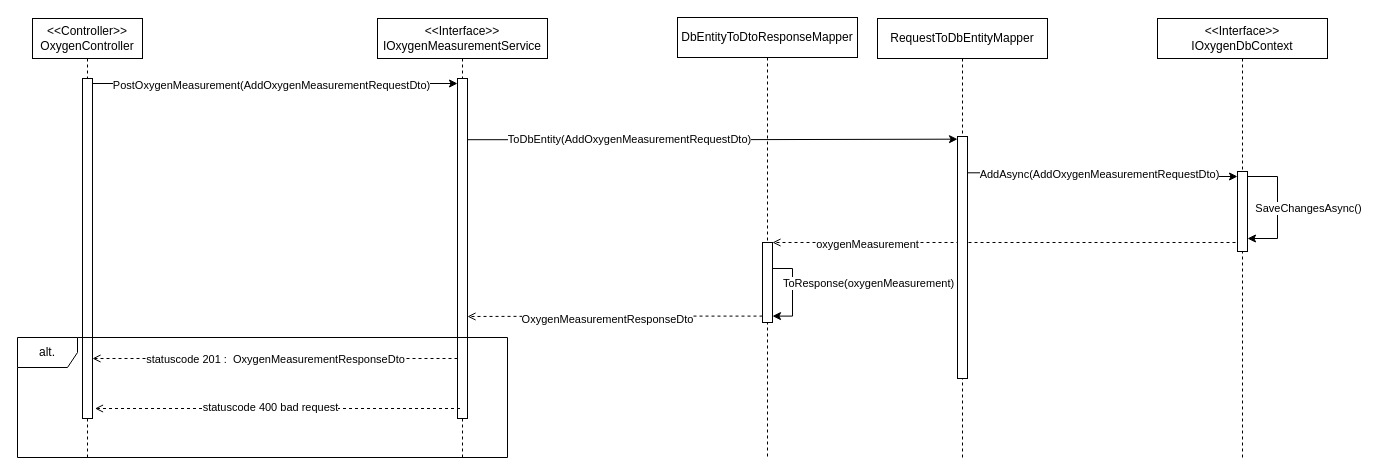
Earlier version of the draw.io diagram Diagrams/Sequence diagrams/create new measurement/Sequence diagram create_new_measurement.drawio (H6SvendreProeve/Documentation). Source tidied: cells renumbered, new cells numbered last; positions are measured from the earlier drawing's top-left corner, leaving out a move shared by most shapes. Both pictures are drawn from the tidied source at 100%, with x=0, y=0 at pixel (17, 17).
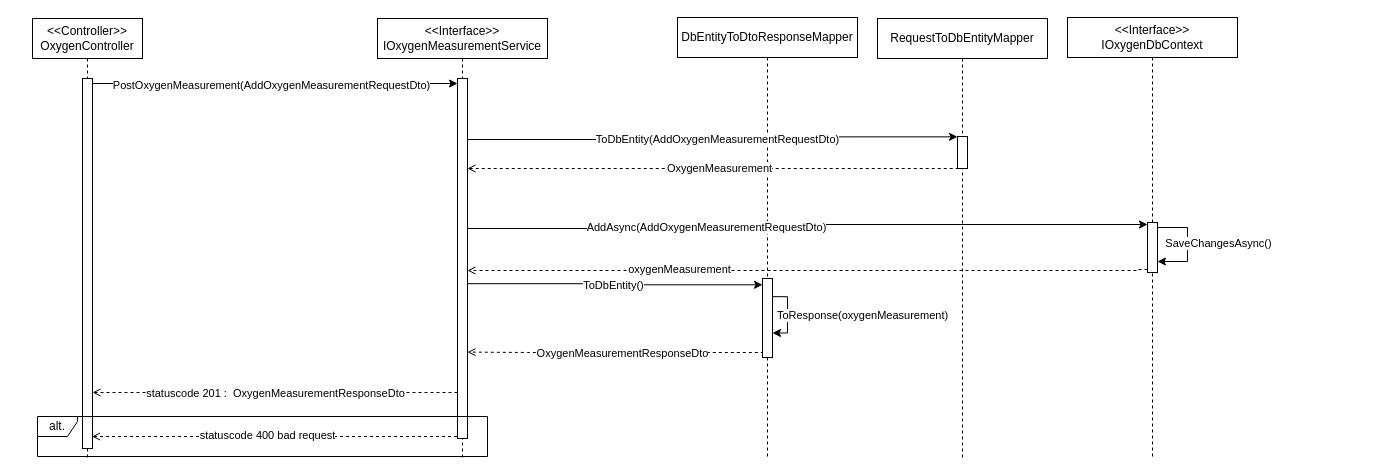
Above is the later version.

Commit message (it also covers changes not shown here):
oploading sd diagram

Unchanged cells that the change refers to:
```xml
<mxCell id="2" value="&amp;lt;&amp;lt;Controller&amp;gt;&amp;gt;&lt;br&gt;OxygenController" style="shape=umlLifeline;perimeter=lifelinePerimeter;whiteSpace=wrap;html=1;newEdgeStyle={&quot;edgeStyle&quot;:&quot;elbowEdgeStyle&quot;,&quot;elbow&quot;:&quot;vertical&quot;,&quot;curved&quot;:0,&quot;rounded&quot;:0};" parent="1" vertex="1">
  <mxGeometry x="15" y="1" width="110" height="440" as="geometry" />
</mxCell>
<mxCell id="4" value="&amp;lt;&amp;lt;Interface&amp;gt;&amp;gt;&lt;br&gt;IOxygenMeasurementService" style="shape=umlLifeline;perimeter=lifelinePerimeter;whiteSpace=wrap;html=1;newEdgeStyle={&quot;edgeStyle&quot;:&quot;elbowEdgeStyle&quot;,&quot;elbow&quot;:&quot;vertical&quot;,&quot;curved&quot;:0,&quot;rounded&quot;:0};" parent="1" vertex="1">
  <mxGeometry x="360" y="1" width="170" height="440" as="geometry" />
</mxCell>
<mxCell id="19" value="RequestToDbEntityMapper" style="shape=umlLifeline;perimeter=lifelinePerimeter;whiteSpace=wrap;html=1;newEdgeStyle={&quot;edgeStyle&quot;:&quot;elbowEdgeStyle&quot;,&quot;elbow&quot;:&quot;vertical&quot;,&quot;curved&quot;:0,&quot;rounded&quot;:0};" parent="1" vertex="1">
  <mxGeometry x="860" y="1" width="170" height="440" as="geometry" />
</mxCell>
<mxCell id="21" value="DbEntityToDtoResponseMapper" style="shape=umlLifeline;perimeter=lifelinePerimeter;whiteSpace=wrap;html=1;newEdgeStyle={&quot;edgeStyle&quot;:&quot;elbowEdgeStyle&quot;,&quot;elbow&quot;:&quot;vertical&quot;,&quot;curved&quot;:0,&quot;rounded&quot;:0};" parent="1" vertex="1">
  <mxGeometry x="660" width="180" height="440" as="geometry" />
</mxCell>
```

What changed in the source:
```diff
@@
     <mxCell id="3" style="html=1;perimeter=orthogonalPerimeter;outlineConnect=0;targetShapes=umlLifeline;portConstraint=eastwest;newEdgeStyle={&quot;curved&quot;:0,&quot;rounded&quot;:0};points=[[0,0,0,0,0],[0,0.25,0,0,0],[0,0.5,0,0,0],[0,0.75,0,0,0],[0,1,0,0,0],[0.25,0,0,0,0],[0.25,1,0,0,0],[0.5,0,0,0,0],[0.5,1,0,0,0],[0.75,0,0,0,0],[0.75,1,0,0,0],[1,0,0,0,0],[1,0.08,0,0,0],[1,0.15,0,0,0],[1,0.23,0,0,0],[1,0.25,0,0,0],[1,0.31,0,0,0],[1,0.38,0,0,0],[1,0.46,0,0,0],[1,0.5,0,0,0],[1,0.54,0,0,0],[1,0.62,0,0,0],[1,0.69,0,0,0],[1,0.75,0,0,0],[1,0.77,0,0,0],[1,0.85,0,0,0],[1,0.92,0,0,0],[1,1,0,0,0]];" parent="2" vertex="1">
-      <mxGeometry x="50" y="60" width="10" height="340" as="geometry" />
+      <mxGeometry x="50" y="60" width="10" height="370" as="geometry" />
     </mxCell>
@@
     <mxCell id="5" style="html=1;perimeter=orthogonalPerimeter;outlineConnect=0;targetShapes=umlLifeline;portConstraint=eastwest;newEdgeStyle={&quot;curved&quot;:0,&quot;rounded&quot;:0};points=[[0,0,0,0,0],[0,0.08,0,0,0],[0,0.15,0,0,0],[0,0.23,0,0,0],[0,0.25,0,0,0],[0,0.31,0,0,0],[0,0.38,0,0,0],[0,0.46,0,0,0],[0,0.5,0,0,0],[0,0.54,0,0,0],[0,0.62,0,0,0],[0,0.69,0,0,0],[0,0.75,0,0,0],[0,0.77,0,0,0],[0,0.85,0,0,0],[0,0.92,0,0,0],[0,1,0,0,0],[0.25,0,0,0,0],[0.25,1,0,0,0],[0.5,0,0,0,0],[0.5,1,0,0,0],[0.75,0,0,0,0],[0.75,1,0,0,0],[1,0,0,0,0],[1,0.01,0,0,0],[1,0.02,0,0,0],[1,0.03,0,0,0],[1,0.04,0,0,0],[1,0.05,0,0,0],[1,0.06,0,0,0],[1,0.07,0,0,0],[1,0.08,0,0,0],[1,0.09,0,0,0],[1,0.1,0,0,0],[1,0.11,0,0,0],[1,0.12,0,0,0],[1,0.13,0,0,0],[1,0.14,0,0,0],[1,0.15,0,0,0],[1,0.16,0,0,0],[1,0.17,0,0,0],[1,0.18,0,0,0],[1,0.19,0,0,0],[1,0.2,0,0,0],[1,0.21,0,0,0],[1,0.22,0,0,0],[1,0.23,0,0,0],[1,0.24,0,0,0],[1,0.25,0,0,0],[1,0.26,0,0,0],[1,0.27,0,0,0],[1,0.28,0,0,0],[1,0.29,0,0,0],[1,0.3,0,0,0],[1,0.31,0,0,0],[1,0.32,0,0,0],[1,0.33,0,0,0],[1,0.34,0,0,0],[1,0.35,0,0,0],[1,0.36,0,0,0],[1,0.37,0,0,0],[1,0.38,0,0,0],[1,0.39,0,0,0],[1,0.4,0,0,0],[1,0.41,0,0,0],[1,0.42,0,0,0],[1,0.43,0,0,0],[1,0.44,0,0,0],[1,0.45,0,0,0],[1,0.46,0,0,0],[1,0.47,0,0,0],[1,0.48,0,0,0],[1,0.49,0,0,0],[1,0.5,0,0,0],[1,0.51,0,0,0],[1,0.52,0,0,0],[1,0.53,0,0,0],[1,0.54,0,0,0],[1,0.55,0,0,0],[1,0.56,0,0,0],[1,0.57,0,0,0],[1,0.58,0,0,0],[1,0.59,0,0,0],[1,0.6,0,0,0],[1,0.61,0,0,0],[1,0.62,0,0,0],[1,0.63,0,0,0],[1,0.64,0,0,0],[1,0.65,0,0,0],[1,0.66,0,0,0],[1,0.67,0,0,0],[1,0.68,0,0,0],[1,0.69,0,0,0],[1,0.7,0,0,0],[1,0.71,0,0,0],[1,0.72,0,0,0],[1,0.73,0,0,0],[1,0.74,0,0,0],[1,0.75,0,0,0],[1,0.76,0,0,0],[1,0.77,0,0,0],[1,0.78,0,0,0],[1,0.79,0,0,0],[1,0.8,0,0,0],[1,0.81,0,0,0],[1,0.82,0,0,0],[1,0.83,0,0,0],[1,0.84,0,0,0],[1,0.85,0,0,0],[1,0.86,0,0,0],[1,0.87,0,0,0],[1,0.88,0,0,0],[1,0.89,0,0,0],[1,0.9,0,0,0],[1,0.91,0,0,0],[1,0.92,0,0,0],[1,0.93,0,0,0],[1,0.94,0,0,0],[1,0.95,0,0,0],[1,0.96,0,0,0],[1,0.97,0,0,0],[1,0.98,0,0,0],[1,0.99,0,0,0],[1,1,0,0,0]];" parent="4" vertex="1">
-      <mxGeometry x="80" y="60" width="10" height="340" as="geometry" />
+      <mxGeometry x="80" y="60" width="10" height="360" as="geometry" />
     </mxCell>
     <mxCell id="6" value="&amp;lt;&amp;lt;Interface&amp;gt;&amp;gt;&lt;br&gt;IOxygenDbContext" style="shape=umlLifeline;perimeter=lifelinePerimeter;whiteSpace=wrap;html=1;newEdgeStyle={&quot;edgeStyle&quot;:&quot;elbowEdgeStyle&quot;,&quot;elbow&quot;:&quot;vertical&quot;,&quot;curved&quot;:0,&quot;rounded&quot;:0};" parent="1" vertex="1">
-      <mxGeometry x="1140" y="1" width="170" height="440" as="geometry" />
+      <mxGeometry x="1050" width="170" height="440" as="geometry" />
     </mxCell>
-    <mxCell id="7" style="html=1;points=[[0,0,0,0,5],[0,1,0,0,-5],[1,0,0,0,5],[1,1,0,0,-5]];perimeter=orthogonalPerimeter;outlineConnect=0;targetShapes=umlLifeline;portConstraint=eastwest;newEdgeStyle={&quot;curved&quot;:0,&quot;rounded&quot;:0};" parent="6" vertex="1">
-      <mxGeometry x="80" y="153" width="10" height="80" as="geometry" />
+    <mxCell id="7" style="html=1;points=[[0,0,0,0,5],[0,0.02,0,0,0],[0,0.04,0,0,0],[0,0.06,0,0,0],[0,0.08,0,0,0],[0,0.1,0,0,0],[0,0.12,0,0,0],[0,0.14,0,0,0],[0,0.16,0,0,0],[0,0.18,0,0,0],[0,0.2,0,0,0],[0,0.22,0,0,0],[0,0.24,0,0,0],[0,0.25,0,0,0],[0,0.27,0,0,0],[0,0.29,0,0,0],[0,0.31,0,0,0],[0,0.33,0,0,0],[0,0.35,0,0,0],[0,0.37,0,0,0],[0,0.39,0,0,0],[0,0.41,0,0,0],[0,0.43,0,0,0],[0,0.45,0,0,0],[0,0.47,0,0,0],[0,0.49,0,0,0],[0,0.51,0,0,0],[0,0.53,0,0,0],[0,0.55,0,0,0],[0,0.57,0,0,0],[0,0.59,0,0,0],[0,0.61,0,0,0],[0,0.63,0,0,0],[0,0.65,0,0,0],[0,0.67,0,0,0],[0,0.69,0,0,0],[0,0.71,0,0,0],[0,0.73,0,0,0],[0,0.75,0,0,0],[0,0.76,0,0,0],[0,0.78,0,0,0],[0,0.8,0,0,0],[0,0.82,0,0,0],[0,0.84,0,0,0],[0,0.86,0,0,0],[0,0.88,0,0,0],[0,0.9,0,0,0],[0,0.92,0,0,0],[0,0.94,0,0,0],[0,0.96,0,0,0],[0,0.98,0,0,0],[0,1,0,0,-5],[1,0,0,0,5],[1,0.01,0,0,0],[1,0.02,0,0,0],[1,0.04,0,0,0],[1,0.05,0,0,0],[1,0.06,0,0,0],[1,0.07,0,0,0],[1,0.09,0,0,0],[1,0.1,0,0,0],[1,0.11,0,0,0],[1,0.12,0,0,0],[1,0.14,0,0,0],[1,0.15,0,0,0],[1,0.16,0,0,0],[1,0.17,0,0,0],[1,0.19,0,0,0],[1,0.2,0,0,0],[1,0.21,0,0,0],[1,0.22,0,0,0],[1,0.23,0,0,0],[1,0.25,0,0,0],[1,0.26,0,0,0],[1,0.27,0,0,0],[1,0.28,0,0,0],[1,0.3,0,0,0],[1,0.31,0,0,0],[1,0.32,0,0,0],[1,0.33,0,0,0],[1,0.35,0,0,0],[1,0.36,0,0,0],[1,0.37,0,0,0],[1,0.38,0,0,0],[1,0.4,0,0,0],[1,0.41,0,0,0],[1,0.42,0,0,0],[1,0.43,0,0,0],[1,0.44,0,0,0],[1,0.46,0,0,0],[1,0.47,0,0,0],[1,0.48,0,0,0],[1,0.49,0,0,0],[1,0.51,0,0,0],[1,0.52,0,0,0],[1,0.53,0,0,0],[1,0.54,0,0,0],[1,0.56,0,0,0],[1,0.57,0,0,0],[1,0.58,0,0,0],[1,0.59,0,0,0],[1,0.6,0,0,0],[1,0.62,0,0,0],[1,0.63,0,0,0],[1,0.64,0,0,0],[1,0.65,0,0,0],[1,0.67,0,0,0],[1,0.68,0,0,0],[1,0.69,0,0,0],[1,0.7,0,0,0],[1,0.72,0,0,0],[1,0.73,0,0,0],[1,0.74,0,0,0],[1,0.75,0,0,0],[1,0.77,0,0,0],[1,0.78,0,0,0],[1,0.79,0,0,0],[1,0.8,0,0,0],[1,0.81,0,0,0],[1,0.83,0,0,0],[1,0.84,0,0,0],[1,0.85,0,0,0],[1,0.86,0,0,0],[1,0.88,0,0,0],[1,0.89,0,0,0],[1,0.9,0,0,0],[1,0.91,0,0,0],[1,0.93,0,0,0],[1,0.94,0,0,0],[1,0.95,0,0,0],[1,0.96,0,0,0],[1,0.98,0,0,0],[1,0.99,0,0,0],[1,1,0,0,-5]];perimeter=orthogonalPerimeter;outlineConnect=0;targetShapes=umlLifeline;portConstraint=eastwest;newEdgeStyle={&quot;curved&quot;:0,&quot;rounded&quot;:0};" parent="6" vertex="1">
+      <mxGeometry x="80" y="205" width="10" height="50" as="geometry" />
     </mxCell>
-    <mxCell id="8" style="edgeStyle=orthogonalEdgeStyle;rounded=0;orthogonalLoop=1;jettySize=auto;html=1;curved=0;exitX=1;exitY=0;exitDx=0;exitDy=5;exitPerimeter=0;" parent="6" edge="1" source="7" target="7">
+    <mxCell id="8" style="edgeStyle=orthogonalEdgeStyle;rounded=0;orthogonalLoop=1;jettySize=auto;html=1;curved=0;exitX=1;exitY=0;exitDx=0;exitDy=5;exitPerimeter=0;entryX=1;entryY=0.78;entryDx=0;entryDy=0;entryPerimeter=0;" parent="6" edge="1" source="7" target="7">
       <mxGeometry relative="1" as="geometry">
         <Array as="points">
-          <mxPoint x="120" y="158" />
-          <mxPoint x="120" y="220" />
+          <mxPoint x="120" y="210" />
+          <mxPoint x="120" y="244" />
         </Array>
       </mxGeometry>
     </mxCell>
     <mxCell id="9" value="SaveChangesAsync()" style="edgeLabel;html=1;align=center;verticalAlign=middle;" parent="8" vertex="1">
       <mxGeometry x="0.04" y="-1" relative="1" as="geometry">
-        <mxPoint x="31" y="-2" as="offset" />
+        <mxPoint x="31" y="-4" as="offset" />
       </mxGeometry>
     </mxCell>
@@
-    <mxCell id="12" style="edgeStyle=orthogonalEdgeStyle;rounded=0;jettySize=auto;html=1;curved=0;exitX=0;exitY=1;exitDx=0;exitDy=-5;exitPerimeter=0;endArrow=open;endFill=0;dashed=1;entryX=1;entryY=0;entryDx=0;entryDy=0;entryPerimeter=0;" parent="1" edge="1" source="7" target="22">
+    <mxCell id="12" style="edgeStyle=orthogonalEdgeStyle;rounded=0;orthogonalLoop=1;jettySize=auto;html=1;curved=0;exitX=0;exitY=0.98;exitDx=0;exitDy=0;exitPerimeter=0;endArrow=open;endFill=0;dashed=1;entryX=1;entryY=0.4;entryDx=0;entryDy=0;entryPerimeter=0;" parent="1" edge="1">
       <mxGeometry relative="1" as="geometry">
+        <mxPoint x="1130" y="252" as="sourcePoint" />
+        <mxPoint x="450" y="253" as="targetPoint" />
         <Array as="points">
-          <mxPoint x="1220" y="225" />
+          <mxPoint x="1120" y="252" />
+          <mxPoint x="1120" y="253" />
         </Array>
       </mxGeometry>
     </mxCell>
     <mxCell id="13" value="oxygenMeasurement" style="edgeLabel;html=1;align=center;verticalAlign=middle;" parent="12" vertex="1">
       <mxGeometry x="-0.1" y="-1" relative="1" as="geometry">
-        <mxPoint x="-164" y="2" as="offset" />
+        <mxPoint x="-164" y="-1" as="offset" />
       </mxGeometry>
     </mxCell>
     <mxCell id="14" style="edgeStyle=orthogonalEdgeStyle;rounded=0;orthogonalLoop=1;jettySize=auto;html=1;curved=0;exitX=0;exitY=0.5;exitDx=0;exitDy=0;exitPerimeter=0;endArrow=open;endFill=0;dashed=1;entryX=1;entryY=0.5;entryDx=0;entryDy=0;entryPerimeter=0;" parent="1" edge="1">
       <mxGeometry relative="1" as="geometry">
-        <mxPoint x="440" y="341" as="sourcePoint" />
-        <mxPoint x="75" y="341" as="targetPoint" />
+        <mxPoint x="440" y="375" as="sourcePoint" />
+        <mxPoint x="75" y="375" as="targetPoint" />
       </mxGeometry>
     </mxCell>
@@
-    <mxCell id="16" value="alt." style="shape=umlFrame;whiteSpace=wrap;html=1;" parent="1" vertex="1">
-      <mxGeometry y="320" width="490" height="120" as="geometry" />
+    <mxCell id="16" value="alt." style="shape=umlFrame;whiteSpace=wrap;html=1;width=40;height=20;" parent="1" vertex="1">
+      <mxGeometry x="20" y="399" width="450" height="40" as="geometry" />
     </mxCell>
     <mxCell id="17" style="edgeStyle=orthogonalEdgeStyle;rounded=0;orthogonalLoop=1;jettySize=auto;html=1;curved=0;entryX=1;entryY=0.77;entryDx=0;entryDy=0;entryPerimeter=0;endArrow=open;endFill=0;dashed=1;exitX=0;exitY=0.77;exitDx=0;exitDy=0;exitPerimeter=0;" parent="1" edge="1">
       <mxGeometry relative="1" as="geometry">
-        <mxPoint x="442.5" y="391" as="sourcePoint" />
-        <mxPoint x="77.5" y="391" as="targetPoint" />
+        <mxPoint x="439.5" y="419" as="sourcePoint" />
+        <mxPoint x="74.5" y="419" as="targetPoint" />
       </mxGeometry>
     </mxCell>
@@
     <mxCell id="20" style="html=1;perimeter=orthogonalPerimeter;outlineConnect=0;targetShapes=umlLifeline;portConstraint=eastwest;newEdgeStyle={&quot;curved&quot;:0,&quot;rounded&quot;:0};points=[[0,0,0,0,0],[0,0.01,0,0,0],[0,0.02,0,0,0],[0,0.03,0,0,0],[0,0.04,0,0,0],[0,0.05,0,0,0],[0,0.06,0,0,0],[0,0.07,0,0,0],[0,0.08,0,0,0],[0,0.09,0,0,0],[0,0.1,0,0,0],[0,0.11,0,0,0],[0,0.12,0,0,0],[0,0.13,0,0,0],[0,0.14,0,0,0],[0,0.15,0,0,0],[0,0.16,0,0,0],[0,0.17,0,0,0],[0,0.18,0,0,0],[0,0.19,0,0,0],[0,0.2,0,0,0],[0,0.21,0,0,0],[0,0.22,0,0,0],[0,0.23,0,0,0],[0,0.24,0,0,0],[0,0.25,0,0,0],[0,0.26,0,0,0],[0,0.27,0,0,0],[0,0.28,0,0,0],[0,0.29,0,0,0],[0,0.3,0,0,0],[0,0.31,0,0,0],[0,0.32,0,0,0],[0,0.33,0,0,0],[0,0.34,0,0,0],[0,0.35,0,0,0],[0,0.36,0,0,0],[0,0.37,0,0,0],[0,0.38,0,0,0],[0,0.39,0,0,0],[0,0.4,0,0,0],[0,0.41,0,0,0],[0,0.42,0,0,0],[0,0.43,0,0,0],[0,0.44,0,0,0],[0,0.45,0,0,0],[0,0.46,0,0,0],[0,0.47,0,0,0],[0,0.48,0,0,0],[0,0.49,0,0,0],[0,0.5,0,0,0],[0,0.51,0,0,0],[0,0.52,0,0,0],[0,0.53,0,0,0],[0,0.54,0,0,0],[0,0.55,0,0,0],[0,0.56,0,0,0],[0,0.57,0,0,0],[0,0.58,0,0,0],[0,0.59,0,0,0],[0,0.6,0,0,0],[0,0.61,0,0,0],[0,0.62,0,0,0],[0,0.63,0,0,0],[0,0.64,0,0,0],[0,0.65,0,0,0],[0,0.66,0,0,0],[0,0.67,0,0,0],[0,0.68,0,0,0],[0,0.69,0,0,0],[0,0.7,0,0,0],[0,0.71,0,0,0],[0,0.72,0,0,0],[0,0.73,0,0,0],[0,0.74,0,0,0],[0,0.75,0,0,0],[0,0.76,0,0,0],[0,0.77,0,0,0],[0,0.78,0,0,0],[0,0.79,0,0,0],[0,0.8,0,0,0],[0,0.81,0,0,0],[0,0.82,0,0,0],[0,0.83,0,0,0],[0,0.84,0,0,0],[0,0.85,0,0,0],[0,0.86,0,0,0],[0,0.87,0,0,0],[0,0.88,0,0,0],[0,0.89,0,0,0],[0,0.9,0,0,0],[0,0.91,0,0,0],[0,0.92,0,0,0],[0,0.93,0,0,0],[0,0.94,0,0,0],[0,0.95,0,0,0],[0,0.96,0,0,0],[0,0.97,0,0,0],[0,0.98,0,0,0],[0,0.99,0,0,0],[0,1,0,0,0],[0.25,0,0,0,0],[0.25,1,0,0,0],[0.5,0,0,0,0],[0.5,1,0,0,0],[0.75,0,0,0,0],[0.75,1,0,0,0],[1,0,0,0,0],[1,0.01,0,0,0],[1,0.02,0,0,0],[1,0.03,0,0,0],[1,0.04,0,0,0],[1,0.05,0,0,0],[1,0.06,0,0,0],[1,0.07,0,0,0],[1,0.08,0,0,0],[1,0.09,0,0,0],[1,0.1,0,0,0],[1,0.11,0,0,0],[1,0.12,0,0,0],[1,0.13,0,0,0],[1,0.14,0,0,0],[1,0.15,0,0,0],[1,0.16,0,0,0],[1,0.17,0,0,0],[1,0.18,0,0,0],[1,0.19,0,0,0],[1,0.2,0,0,0],[1,0.21,0,0,0],[1,0.22,0,0,0],[1,0.23,0,0,0],[1,0.24,0,0,0],[1,0.25,0,0,0],[1,0.26,0,0,0],[1,0.27,0,0,0],[1,0.28,0,0,0],[1,0.29,0,0,0],[1,0.3,0,0,0],[1,0.31,0,0,0],[1,0.32,0,0,0],[1,0.33,0,0,0],[1,0.34,0,0,0],[1,0.35,0,0,0],[1,0.36,0,0,0],[1,0.37,0,0,0],[1,0.38,0,0,0],[1,0.39,0,0,0],[1,0.4,0,0,0],[1,0.41,0,0,0],[1,0.42,0,0,0],[1,0.43,0,0,0],[1,0.44,0,0,0],[1,0.45,0,0,0],[1,0.46,0,0,0],[1,0.47,0,0,0],[1,0.48,0,0,0],[1,0.49,0,0,0],[1,0.5,0,0,0],[1,0.51,0,0,0],[1,0.52,0,0,0],[1,0.53,0,0,0],[1,0.54,0,0,0],[1,0.55,0,0,0],[1,0.56,0,0,0],[1,0.57,0,0,0],[1,0.58,0,0,0],[1,0.59,0,0,0],[1,0.6,0,0,0],[1,0.61,0,0,0],[1,0.62,0,0,0],[1,0.63,0,0,0],[1,0.64,0,0,0],[1,0.65,0,0,0],[1,0.66,0,0,0],[1,0.67,0,0,0],[1,0.68,0,0,0],[1,0.69,0,0,0],[1,0.7,0,0,0],[1,0.71,0,0,0],[1,0.72,0,0,0],[1,0.73,0,0,0],[1,0.74,0,0,0],[1,0.75,0,0,0],[1,0.76,0,0,0],[1,0.77,0,0,0],[1,0.78,0,0,0],[1,0.79,0,0,0],[1,0.8,0,0,0],[1,0.81,0,0,0],[1,0.82,0,0,0],[1,0.83,0,0,0],[1,0.84,0,0,0],[1,0.85,0,0,0],[1,0.86,0,0,0],[1,0.87,0,0,0],[1,0.88,0,0,0],[1,0.89,0,0,0],[1,0.9,0,0,0],[1,0.91,0,0,0],[1,0.92,0,0,0],[1,0.93,0,0,0],[1,0.94,0,0,0],[1,0.95,0,0,0],[1,0.96,0,0,0],[1,0.97,0,0,0],[1,0.98,0,0,0],[1,0.99,0,0,0],[1,1,0,0,0]];" parent="19" vertex="1">
-      <mxGeometry x="80" y="118" width="10" height="242" as="geometry" />
+      <mxGeometry x="80" y="118" width="10" height="32" as="geometry" />
     </mxCell>
@@
     <mxCell id="22" style="html=1;perimeter=orthogonalPerimeter;outlineConnect=0;targetShapes=umlLifeline;portConstraint=eastwest;newEdgeStyle={&quot;curved&quot;:0,&quot;rounded&quot;:0};points=[[0,0,0,0,0],[0,0.08,0,0,0],[0,0.15,0,0,0],[0,0.23,0,0,0],[0,0.25,0,0,0],[0,0.31,0,0,0],[0,0.38,0,0,0],[0,0.46,0,0,0],[0,0.5,0,0,0],[0,0.54,0,0,0],[0,0.62,0,0,0],[0,0.69,0,0,0],[0,0.75,0,0,0],[0,0.77,0,0,0],[0,0.85,0,0,0],[0,0.92,0,0,0],[0,1,0,0,0],[0.25,0,0,0,0],[0.25,1,0,0,0],[0.5,0,0,0,0],[0.5,1,0,0,0],[0.75,0,0,0,0],[0.75,1,0,0,0],[1,0,0,0,0],[1,0.08,0,0,0],[1,0.15,0,0,0],[1,0.23,0,0,0],[1,0.25,0,0,0],[1,0.31,0,0,0],[1,0.38,0,0,0],[1,0.46,0,0,0],[1,0.5,0,0,0],[1,0.54,0,0,0],[1,0.62,0,0,0],[1,0.69,0,0,0],[1,0.75,0,0,0],[1,0.77,0,0,0],[1,0.85,0,0,0],[1,0.92,0,0,0],[1,1,0,0,0]];" parent="21" vertex="1">
-      <mxGeometry x="85" y="225" width="10" height="80" as="geometry" />
+      <mxGeometry x="85" y="261" width="10" height="79" as="geometry" />
     </mxCell>
-    <mxCell id="23" style="edgeStyle=orthogonalEdgeStyle;rounded=0;orthogonalLoop=1;jettySize=auto;html=1;curved=0;exitX=1;exitY=0.08;exitDx=0;exitDy=0;exitPerimeter=0;entryX=1;entryY=0.92;entryDx=0;entryDy=0;entryPerimeter=0;" parent="21" edge="1" source="22" target="22">
+    <mxCell id="23" style="edgeStyle=orthogonalEdgeStyle;rounded=0;orthogonalLoop=1;jettySize=auto;html=1;curved=0;exitX=1;exitY=0.23;exitDx=0;exitDy=0;exitPerimeter=0;entryX=1;entryY=0.69;entryDx=0;entryDy=0;entryPerimeter=0;" parent="21" edge="1" source="22" target="22">
       <mxGeometry relative="1" as="geometry">
         <Array as="points">
-          <mxPoint x="95" y="251" />
-          <mxPoint x="115" y="251" />
-          <mxPoint x="115" y="299" />
+          <mxPoint x="110" y="279" />
+          <mxPoint x="110" y="316" />
         </Array>
       </mxGeometry>
     </mxCell>
     <mxCell id="24" value="ToResponse(oxygenMeasurement)" style="edgeLabel;html=1;align=center;verticalAlign=middle;" parent="23" vertex="1">
       <mxGeometry x="-0.25" y="-1" relative="1" as="geometry">
-        <mxPoint x="76" y="14" as="offset" />
+        <mxPoint x="75" y="8" as="offset" />
       </mxGeometry>
     </mxCell>
     <mxCell id="25" style="edgeStyle=orthogonalEdgeStyle;rounded=0;jettySize=auto;html=1;curved=0;exitX=1;exitY=0.18;exitDx=0;exitDy=0;exitPerimeter=0;entryX=0;entryY=0.011;entryDx=0;entryDy=0;entryPerimeter=0;" parent="1" edge="1" source="5" target="20">
-      <mxGeometry relative="1" as="geometry" />
+      <mxGeometry relative="1" as="geometry">
+        <Array as="points">
+          <mxPoint x="740" y="122" />
+          <mxPoint x="740" y="119" />
+        </Array>
+      </mxGeometry>
     </mxCell>
     <mxCell id="26" value="ToDbEntity(AddOxygenMeasurementRequestDto)" style="edgeLabel;html=1;align=center;verticalAlign=middle;" parent="25" vertex="1">
       <mxGeometry x="-0.14" y="1" relative="1" as="geometry">
-        <mxPoint x="-50" as="offset" />
+        <mxPoint x="40" as="offset" />
       </mxGeometry>
     </mxCell>
-    <mxCell id="27" style="edgeStyle=orthogonalEdgeStyle;rounded=0;jettySize=auto;html=1;curved=0;exitX=1;exitY=0.15;exitDx=0;exitDy=0;exitPerimeter=0;entryX=0;entryY=0;entryDx=0;entryDy=5;entryPerimeter=0;" parent="1" edge="1" source="20" target="7">
-      <mxGeometry relative="1" as="geometry" />
+    <mxCell id="27" style="edgeStyle=orthogonalEdgeStyle;rounded=0;jettySize=auto;html=1;curved=0;exitX=1;exitY=0.33;exitDx=0;exitDy=0;exitPerimeter=0;entryX=0;entryY=0.04;entryDx=0;entryDy=0;entryPerimeter=0;" parent="1" edge="1" source="5" target="7">
+      <mxGeometry relative="1" as="geometry">
+        <Array as="points">
+          <mxPoint x="450" y="211" />
+          <mxPoint x="760" y="211" />
+          <mxPoint x="760" y="207" />
+        </Array>
+      </mxGeometry>
     </mxCell>
     <mxCell id="28" value="AddAsync(AddOxygenMeasurementRequestDto)" style="edgeLabel;html=1;align=center;verticalAlign=middle;" parent="27" vertex="1">
       <mxGeometry x="-0.26" y="2" relative="1" as="geometry">
-        <mxPoint x="30" y="3" as="offset" />
+        <mxPoint x="5" as="offset" />
       </mxGeometry>
     </mxCell>
-    <mxCell id="29" style="edgeStyle=orthogonalEdgeStyle;rounded=0;jettySize=auto;html=1;curved=0;exitX=0;exitY=0.92;exitDx=0;exitDy=0;exitPerimeter=0;entryX=1;entryY=0.7;entryDx=0;entryDy=0;entryPerimeter=0;dashed=1;endArrow=open;endFill=0;" parent="1" edge="1" source="22" target="5">
-      <mxGeometry relative="1" as="geometry" />
+    <mxCell id="29" style="edgeStyle=orthogonalEdgeStyle;rounded=0;jettySize=auto;html=1;curved=0;exitX=0;exitY=0.92;exitDx=0;exitDy=0;exitPerimeter=0;dashed=1;endArrow=open;endFill=0;entryX=1;entryY=0.76;entryDx=0;entryDy=0;entryPerimeter=0;" parent="1" edge="1" source="22" target="5">
+      <mxGeometry relative="1" as="geometry">
+        <Array as="points">
+          <mxPoint x="745" y="335" />
+          <mxPoint x="510" y="335" />
+        </Array>
+      </mxGeometry>
     </mxCell>
     <mxCell id="30" value="OxygenMeasurementResponseDto" style="edgeLabel;html=1;align=center;verticalAlign=middle;" parent="29" vertex="1">
       <mxGeometry x="0.21" y="2" relative="1" as="geometry">
-        <mxPoint x="23" as="offset" />
+        <mxPoint x="37" y="-2" as="offset" />
       </mxGeometry>
     </mxCell>
+    <mxCell id="31" style="edgeStyle=orthogonalEdgeStyle;rounded=0;orthogonalLoop=1;jettySize=auto;html=1;curved=0;exitX=1;exitY=0.18;exitDx=0;exitDy=0;exitPerimeter=0;entryX=0;entryY=0.011;entryDx=0;entryDy=0;entryPerimeter=0;dashed=1;startArrow=open;startFill=0;endArrow=none;endFill=0;" parent="1" edge="1">
+      <mxGeometry relative="1" as="geometry">
+        <mxPoint x="450" y="151" as="sourcePoint" />
+        <mxPoint x="940" y="151" as="targetPoint" />
+      </mxGeometry>
+    </mxCell>
+    <mxCell id="32" value="OxygenMeasurement" style="edgeLabel;html=1;align=center;verticalAlign=middle;" parent="31" vertex="1">
+      <mxGeometry x="-0.14" y="1" relative="1" as="geometry">
+        <mxPoint x="40" as="offset" />
+      </mxGeometry>
+    </mxCell>
+    <mxCell id="33" style="edgeStyle=orthogonalEdgeStyle;rounded=0;jettySize=auto;html=1;curved=0;entryX=0;entryY=0.08;entryDx=0;entryDy=0;entryPerimeter=0;exitX=1;exitY=0.57;exitDx=0;exitDy=0;exitPerimeter=0;" parent="1" edge="1" source="5" target="22">
+      <mxGeometry relative="1" as="geometry" />
+    </mxCell>
+    <mxCell id="34" value="ToDbEntity()" style="edgeLabel;html=1;align=center;verticalAlign=middle;" parent="33" vertex="1">
+      <mxGeometry x="-0.02" y="-1" relative="1" as="geometry" />
+    </mxCell>
```
